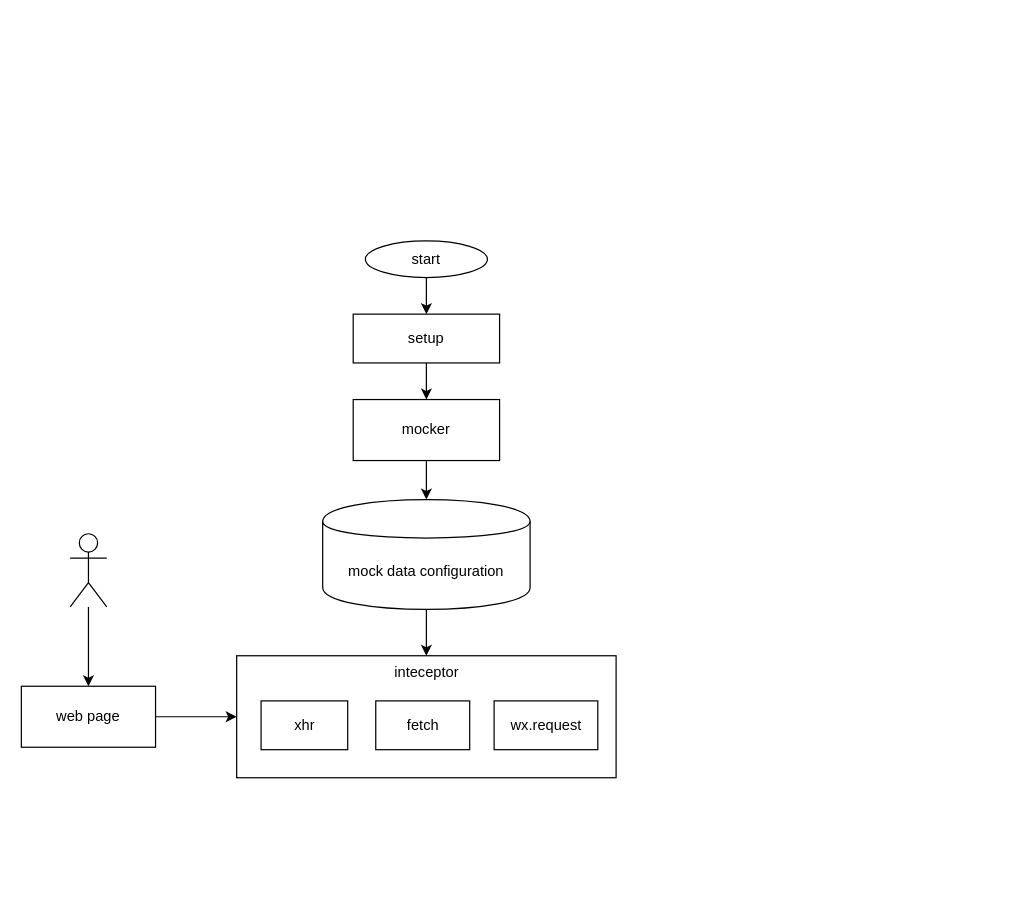
Above: docs/design.drawio in huturen/http-request-mock (draw.io), before the change. Source tidied: cells renumbered, new cells numbered last; positions are measured from the earlier drawing's top-left corner, leaving out a move shared by most shapes. Both pictures are drawn from the tidied source at 122%, with x=0, y=0 at pixel (21, 240).
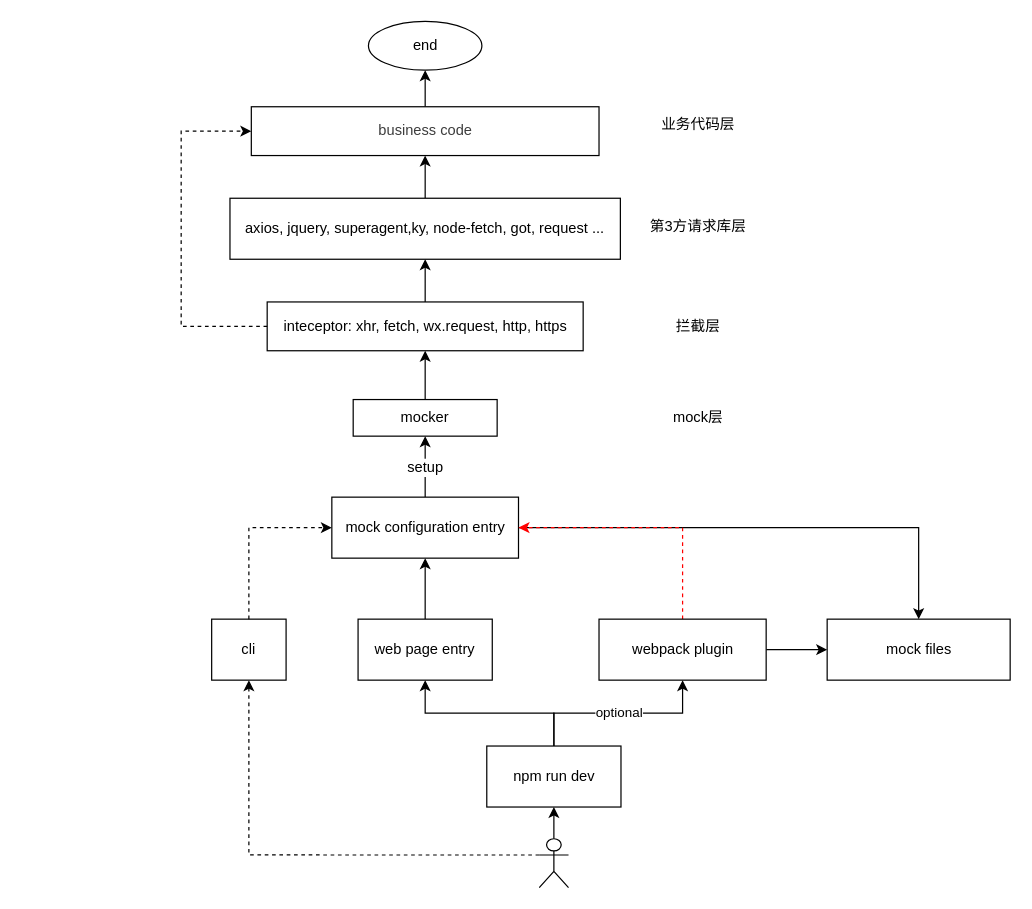
The same diagram, later.

Change to the diagram source:
```diff
@@
-    <mxCell id="2" style="edgeStyle=orthogonalEdgeStyle;rounded=0;jettySize=auto;html=1;entryX=0.5;entryY=0;entryDx=0;entryDy=0;" parent="1" edge="1" source="3" target="5">
-      <mxGeometry relative="1" as="geometry" />
-    </mxCell>
-    <mxCell id="3" value="start" style="ellipse;whiteSpace=wrap;html=1;" parent="1" vertex="1">
-      <mxGeometry x="282" width="100" height="30" as="geometry" />
-    </mxCell>
-    <mxCell id="4" style="edgeStyle=orthogonalEdgeStyle;rounded=0;jettySize=auto;html=1;entryX=0.5;entryY=0;entryDx=0;entryDy=0;" parent="1" edge="1" source="5" target="7">
-      <mxGeometry relative="1" as="geometry" />
-    </mxCell>
+    <mxCell id="19" style="edgeStyle=orthogonalEdgeStyle;rounded=0;jettySize=auto;html=1;entryX=0.5;entryY=1;entryDx=0;entryDy=0;" parent="1" edge="1" source="20" target="22">
+      <mxGeometry relative="1" as="geometry" />
+    </mxCell>
+    <mxCell id="20" value="inteceptor: xhr, fetch, wx.request, http, https" style="rounded=0;whiteSpace=wrap;html=1;" parent="1" vertex="1">
+      <mxGeometry x="201.5" y="50" width="259" height="40" as="geometry" />
+    </mxCell>
+    <mxCell id="21" style="edgeStyle=orthogonalEdgeStyle;rounded=0;jettySize=auto;html=1;entryX=0.5;entryY=1;entryDx=0;entryDy=0;" parent="1" edge="1" source="22" target="25">
+      <mxGeometry relative="1" as="geometry" />
+    </mxCell>
+    <mxCell id="22" value="axios, jquery, superagent,ky, node-fetch, got, request ..." style="rounded=0;whiteSpace=wrap;html=1;" parent="1" vertex="1">
+      <mxGeometry x="171" y="-35" width="320" height="50" as="geometry" />
+    </mxCell>
+    <mxCell id="23" style="edgeStyle=orthogonalEdgeStyle;rounded=0;jettySize=auto;html=1;entryX=0.5;entryY=1;entryDx=0;entryDy=0;strokeColor=#000000;" parent="1" edge="1" source="25" target="45">
+      <mxGeometry relative="1" as="geometry" />
+    </mxCell>
+    <mxCell id="24" style="edgeStyle=orthogonalEdgeStyle;rounded=0;jettySize=auto;html=1;strokeColor=#000000;dashed=1;entryX=0;entryY=0.5;entryDx=0;entryDy=0;exitX=0;exitY=0.5;exitDx=0;exitDy=0;" parent="1" edge="1" source="20" target="25">
+      <mxGeometry relative="1" as="geometry">
+        <Array as="points">
+          <mxPoint x="131" y="70" />
+          <mxPoint x="131" y="-90" />
+        </Array>
+      </mxGeometry>
+    </mxCell>
+    <mxCell id="25" value="&lt;span style=&quot;color: rgb(61 , 61 , 61) ; font-family: &amp;#34;arial&amp;#34; , sans-serif&quot;&gt;business code&lt;/span&gt;" style="rounded=0;whiteSpace=wrap;html=1;" parent="1" vertex="1">
+      <mxGeometry x="188.5" y="-110" width="285" height="40" as="geometry" />
+    </mxCell>
+    <mxCell id="26" style="edgeStyle=orthogonalEdgeStyle;rounded=0;jettySize=auto;html=1;entryX=0.5;entryY=1;entryDx=0;entryDy=0;" parent="1" edge="1" source="7" target="20">
+      <mxGeometry relative="1" as="geometry" />
+    </mxCell>
+    <mxCell id="7" value="mocker" style="rounded=0;whiteSpace=wrap;html=1;" parent="1" vertex="1">
+      <mxGeometry x="272" y="130" width="118" height="30" as="geometry" />
+    </mxCell>
+    <mxCell id="27" style="edgeStyle=orthogonalEdgeStyle;rounded=0;jettySize=auto;html=1;entryX=0.5;entryY=1;entryDx=0;entryDy=0;" parent="1" edge="1" source="29" target="7">
+      <mxGeometry relative="1" as="geometry" />
+    </mxCell>
-    <mxCell id="5" value="setup" style="rounded=0;whiteSpace=wrap;html=1;" parent="1" vertex="1">
-      <mxGeometry x="272" y="60" width="120" height="40" as="geometry" />
+    <mxCell id="5" value="setup" style="text;html=1;points=[];align=center;verticalAlign=middle;labelBackgroundColor=#ffffff;" parent="27" vertex="1">
+      <mxGeometry x="0.2" y="2" relative="1" as="geometry">
+        <mxPoint x="1.5" y="5" as="offset" />
+      </mxGeometry>
     </mxCell>
-    <mxCell id="6" style="edgeStyle=orthogonalEdgeStyle;rounded=0;jettySize=auto;html=1;entryX=0.5;entryY=0;entryDx=0;entryDy=0;" parent="1" edge="1" source="7" target="9">
-      <mxGeometry relative="1" as="geometry" />
-    </mxCell>
-    <mxCell id="7" value="mocker" style="rounded=0;whiteSpace=wrap;html=1;" parent="1" vertex="1">
-      <mxGeometry x="272" y="130" width="120" height="50" as="geometry" />
-    </mxCell>
-    <mxCell id="8" style="edgeStyle=orthogonalEdgeStyle;rounded=0;jettySize=auto;html=1;" parent="1" edge="1" source="9" target="15">
-      <mxGeometry relative="1" as="geometry" />
-    </mxCell>
-    <mxCell id="9" value="mock data configuration" style="shape=cylinder;whiteSpace=wrap;html=1;boundedLbl=1;backgroundOutline=1;" parent="1" vertex="1">
-      <mxGeometry x="247" y="212" width="170" height="90" as="geometry" />
-    </mxCell>
-    <mxCell id="10" style="edgeStyle=orthogonalEdgeStyle;rounded=0;jettySize=auto;html=1;entryX=0.5;entryY=0;entryDx=0;entryDy=0;" parent="1" edge="1" source="11" target="13">
-      <mxGeometry relative="1" as="geometry" />
-    </mxCell>
-    <mxCell id="11" style="shape=umlActor;verticalLabelPosition=bottom;labelBackgroundColor=#ffffff;verticalAlign=top;html=1;outlineConnect=0;" parent="1" vertex="1">
-      <mxGeometry x="40" y="240" width="30" height="60" as="geometry" />
-    </mxCell>
-    <mxCell id="12" style="edgeStyle=orthogonalEdgeStyle;rounded=0;jettySize=auto;html=1;entryX=0;entryY=0.5;entryDx=0;entryDy=0;" parent="1" edge="1" source="13" target="15">
-      <mxGeometry relative="1" as="geometry" />
-    </mxCell>
-    <mxCell id="13" value="web page" style="rounded=0;whiteSpace=wrap;html=1;" parent="1" vertex="1">
-      <mxGeometry y="365" width="110" height="50" as="geometry" />
-    </mxCell>
-    <mxCell id="14" style="group;" parent="1" vertex="1">
-      <mxGeometry x="176.5" y="340" width="311" height="100" as="geometry" />
-    </mxCell>
-    <mxCell id="15" value="inteceptor" style="rounded=0;whiteSpace=wrap;html=1;verticalAlign=top;" parent="14" vertex="1">
-      <mxGeometry width="311" height="100" as="geometry" />
-    </mxCell>
-    <mxCell id="16" value="xhr" style="rounded=0;whiteSpace=wrap;html=1;" parent="14" vertex="1">
-      <mxGeometry x="20" y="37" width="71" height="40" as="geometry" />
-    </mxCell>
-    <mxCell id="17" value="fetch" style="rounded=0;whiteSpace=wrap;html=1;" parent="14" vertex="1">
-      <mxGeometry x="114" y="37" width="77" height="40" as="geometry" />
-    </mxCell>
-    <mxCell id="18" value="wx.request" style="rounded=0;whiteSpace=wrap;html=1;" parent="14" vertex="1">
-      <mxGeometry x="211" y="37" width="85" height="40" as="geometry" />
-    </mxCell>
+    <mxCell id="28" style="edgeStyle=orthogonalEdgeStyle;rounded=0;jettySize=auto;html=1;entryX=0.5;entryY=0;entryDx=0;entryDy=0;" parent="1" edge="1" source="29" target="30">
+      <mxGeometry relative="1" as="geometry" />
+    </mxCell>
+    <mxCell id="29" value="mock configuration entry" style="rounded=0;whiteSpace=wrap;html=1;" parent="1" vertex="1">
+      <mxGeometry x="254.5" y="210" width="153" height="50" as="geometry" />
+    </mxCell>
+    <mxCell id="30" value="mock files" style="rounded=0;whiteSpace=wrap;html=1;" parent="1" vertex="1">
+      <mxGeometry x="660.5" y="310" width="150" height="50" as="geometry" />
+    </mxCell>
+    <mxCell id="31" style="edgeStyle=orthogonalEdgeStyle;rounded=0;jettySize=auto;html=1;" parent="1" edge="1" source="33" target="30">
+      <mxGeometry relative="1" as="geometry" />
+    </mxCell>
+    <mxCell id="32" style="edgeStyle=orthogonalEdgeStyle;rounded=0;jettySize=auto;html=1;entryX=1;entryY=0.5;entryDx=0;entryDy=0;exitX=0.5;exitY=0;exitDx=0;exitDy=0;dashed=1;strokeColor=#FF0000;" parent="1" edge="1" source="33" target="29">
+      <mxGeometry relative="1" as="geometry" />
+    </mxCell>
+    <mxCell id="33" value="webpack plugin" style="rounded=0;whiteSpace=wrap;html=1;" parent="1" vertex="1">
+      <mxGeometry x="473.5" y="310" width="137" height="50" as="geometry" />
+    </mxCell>
+    <mxCell id="34" style="edgeStyle=orthogonalEdgeStyle;rounded=0;jettySize=auto;html=1;entryX=0.5;entryY=1;entryDx=0;entryDy=0;" parent="1" edge="1" source="35" target="29">
+      <mxGeometry relative="1" as="geometry" />
+    </mxCell>
+    <mxCell id="35" value="web page entry" style="rounded=0;whiteSpace=wrap;html=1;" parent="1" vertex="1">
+      <mxGeometry x="276" y="310" width="110" height="50" as="geometry" />
+    </mxCell>
+    <mxCell id="36" style="edgeStyle=orthogonalEdgeStyle;rounded=0;jettySize=auto;html=1;entryX=0.5;entryY=1;entryDx=0;entryDy=0;" parent="1" edge="1" source="38" target="35">
+      <mxGeometry relative="1" as="geometry" />
+    </mxCell>
+    <mxCell id="37" value="optional" style="edgeStyle=orthogonalEdgeStyle;rounded=0;jettySize=auto;html=1;entryX=0.5;entryY=1;entryDx=0;entryDy=0;" parent="1" edge="1" source="38" target="33">
+      <mxGeometry relative="1" as="geometry" />
+    </mxCell>
+    <mxCell id="38" value="npm run dev" style="rounded=0;whiteSpace=wrap;html=1;" parent="1" vertex="1">
+      <mxGeometry x="381.5" y="414" width="110" height="50" as="geometry" />
+    </mxCell>
+    <mxCell id="39" style="edgeStyle=orthogonalEdgeStyle;rounded=0;jettySize=auto;html=1;entryX=0.5;entryY=1;entryDx=0;entryDy=0;" parent="1" edge="1" source="40" target="38">
+      <mxGeometry relative="1" as="geometry" />
+    </mxCell>
+    <mxCell id="40" style="shape=umlActor;verticalLabelPosition=bottom;labelBackgroundColor=#ffffff;verticalAlign=top;html=1;outlineConnect=0;" parent="1" vertex="1">
+      <mxGeometry x="424.5" y="490" width="24" height="40" as="geometry" />
+    </mxCell>
+    <mxCell id="41" value="业务代码层" style="text;html=1;strokeColor=none;fillColor=none;align=center;verticalAlign=middle;whiteSpace=wrap;rounded=0;" parent="1" vertex="1">
+      <mxGeometry x="483" y="-105" width="144" height="20" as="geometry" />
+    </mxCell>
+    <mxCell id="42" value="第3方请求库层" style="text;html=1;strokeColor=none;fillColor=none;align=center;verticalAlign=middle;whiteSpace=wrap;rounded=0;" parent="1" vertex="1">
+      <mxGeometry x="483" y="-22.5" width="144" height="20" as="geometry" />
+    </mxCell>
+    <mxCell id="43" value="拦截层" style="text;html=1;strokeColor=none;fillColor=none;align=center;verticalAlign=middle;whiteSpace=wrap;rounded=0;" parent="1" vertex="1">
+      <mxGeometry x="483" y="60" width="144" height="20" as="geometry" />
+    </mxCell>
+    <mxCell id="44" value="mock层" style="text;html=1;strokeColor=none;fillColor=none;align=center;verticalAlign=middle;whiteSpace=wrap;rounded=0;" parent="1" vertex="1">
+      <mxGeometry x="483" y="135" width="144" height="20" as="geometry" />
+    </mxCell>
+    <mxCell id="45" value="end" style="ellipse;whiteSpace=wrap;html=1;" parent="1" vertex="1">
+      <mxGeometry x="284.5" y="-180" width="93" height="40" as="geometry" />
+    </mxCell>
+    <mxCell id="46" style="edgeStyle=orthogonalEdgeStyle;rounded=0;jettySize=auto;html=1;entryX=0.5;entryY=1;entryDx=0;entryDy=0;strokeColor=#000000;dashed=1;exitX=0;exitY=0.3333333333333333;exitDx=0;exitDy=0;exitPerimeter=0;" parent="1" edge="1" source="40" target="47">
+      <mxGeometry relative="1" as="geometry" />
+    </mxCell>
+    <mxCell id="47" value="cli" style="rounded=0;whiteSpace=wrap;html=1;" parent="1" vertex="1">
+      <mxGeometry x="156" y="310" width="61" height="50" as="geometry" />
+    </mxCell>
+    <mxCell id="48" style="edgeStyle=orthogonalEdgeStyle;rounded=0;jettySize=auto;html=1;entryX=0;entryY=0.5;entryDx=0;entryDy=0;exitX=0.5;exitY=0;exitDx=0;exitDy=0;dashed=1;strokeColor=#000000;" parent="1" edge="1" source="47" target="29">
+      <mxGeometry relative="1" as="geometry" />
+    </mxCell>
```
